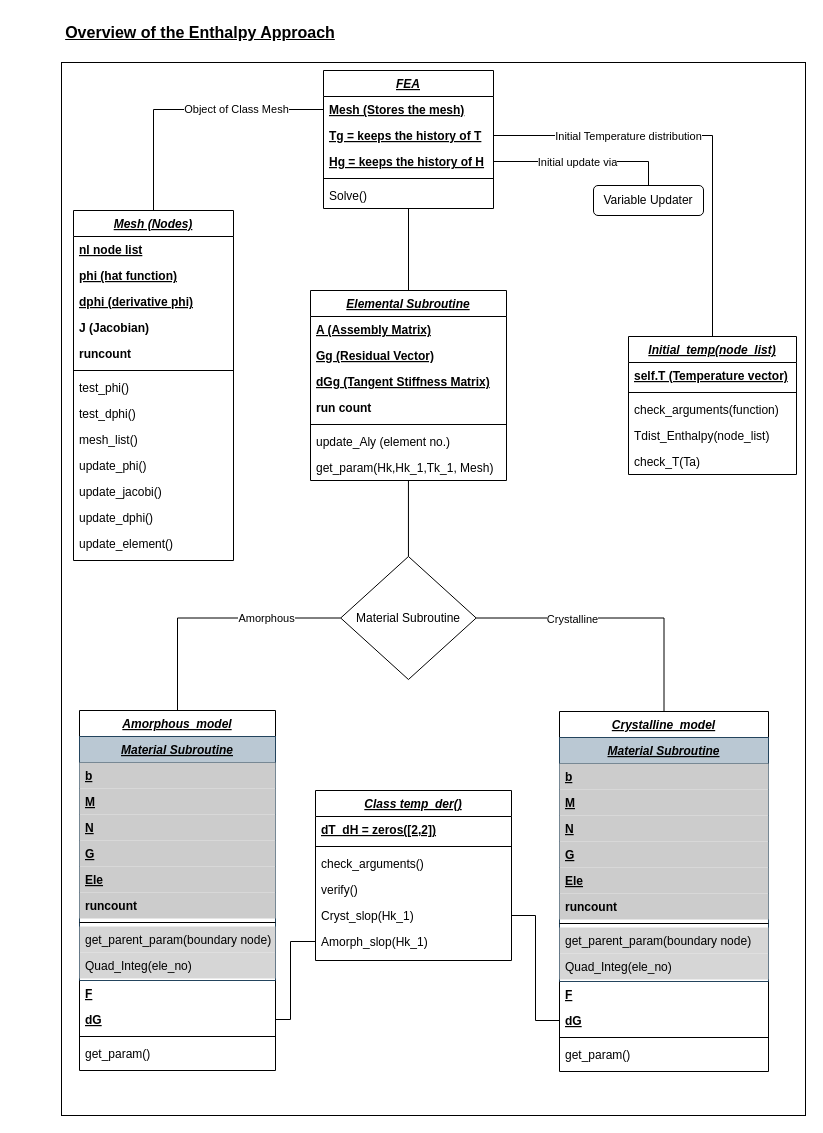
The draw.io diagram Over_View.drawio in okolekar/PPP, before the edit. Source tidied: cells renumbered, new cells numbered last; positions are measured from the earlier drawing's top-left corner, leaving out a move shared by most shapes. Both pictures are drawn from the tidied source at 100%, with x=0, y=0 at pixel (17, 17).
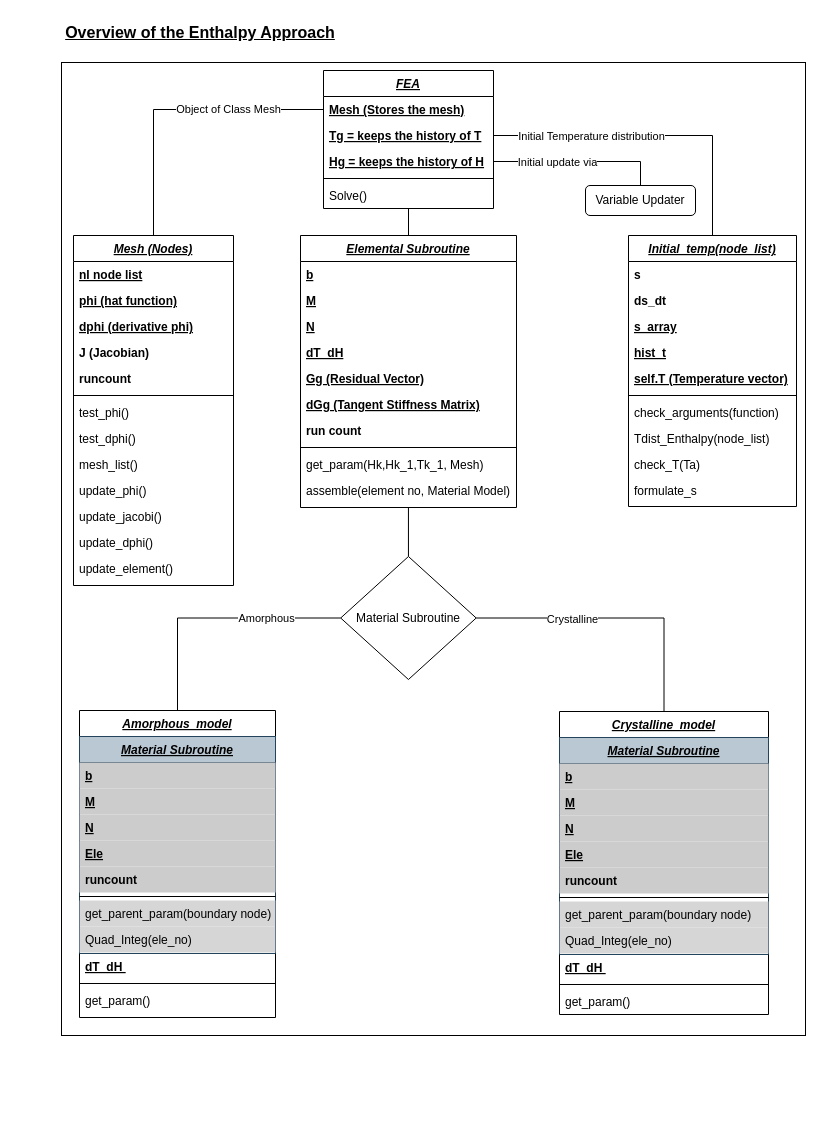
After the change.

Unchanged cells that the change refers to:
```xml
<mxCell id="48" style="edgeStyle=orthogonalEdgeStyle;rounded=0;jettySize=auto;html=1;entryX=0.5;entryY=0;entryDx=0;entryDy=0;endArrow=none;endFill=0;" parent="1" edge="1" source="52" target="56">
  <mxGeometry relative="1" as="geometry">
    <Array as="points">
      <mxPoint x="695" y="118" />
    </Array>
  </mxGeometry>
</mxCell>
<mxCell id="89" style="edgeStyle=orthogonalEdgeStyle;rounded=0;jettySize=auto;html=1;exitX=1;exitY=0.5;exitDx=0;exitDy=0;entryX=0.5;entryY=0;entryDx=0;entryDy=0;endArrow=none;endFill=0;" parent="1" edge="1" source="53" target="88">
  <mxGeometry relative="1" as="geometry" />
</mxCell>
```

Change to the diagram source:
```diff
@@
     <mxCell id="2" style="rounded=0;whiteSpace=wrap;html=1;" parent="1" vertex="1">
-      <mxGeometry x="44" y="45" width="744" height="1053" as="geometry" />
+      <mxGeometry x="44" y="45" width="744" height="973" as="geometry" />
     </mxCell>
@@
     <mxCell id="4" value="Amorphous_model" style="swimlane;fontStyle=7;align=center;verticalAlign=top;horizontal=1;startSize=26;rounded=0;shadow=0;strokeWidth=1;" parent="1" vertex="1">
-      <mxGeometry x="62" y="693" width="196" height="360" as="geometry" />
+      <mxGeometry x="62" y="693" width="196" height="307" as="geometry" />
     </mxCell>
     <mxCell id="5" value="Material Subroutine" style="swimlane;fontStyle=7;align=center;verticalAlign=top;horizontal=1;startSize=26;rounded=0;shadow=0;strokeWidth=1;fillColor=#bac8d3;strokeColor=#23445d;" parent="4" vertex="1">
-      <mxGeometry y="26" width="196" height="244" as="geometry" />
+      <mxGeometry y="26" width="196" height="217" as="geometry" />
     </mxCell>
@@
-    <mxCell id="9" value="G" style="text;align=left;verticalAlign=top;spacingLeft=4;spacingRight=4;overflow=hidden;fillColor=#CCCCCC;fontStyle=5;" parent="5" vertex="1">
-      <mxGeometry y="104" width="196" height="26" as="geometry" />
-    </mxCell>
     <mxCell id="10" value="Ele" style="text;align=left;verticalAlign=top;spacingLeft=4;spacingRight=4;overflow=hidden;fillColor=#CCCCCC;fontStyle=5;" parent="5" vertex="1">
-      <mxGeometry y="130" width="196" height="26" as="geometry" />
+      <mxGeometry y="104" width="196" height="26" as="geometry" />
     </mxCell>
     <mxCell id="11" value="runcount" style="text;align=left;verticalAlign=top;spacingLeft=4;spacingRight=4;overflow=hidden;fillColor=#CCCCCC;fontStyle=1;" parent="5" vertex="1">
-      <mxGeometry y="156" width="196" height="26" as="geometry" />
+      <mxGeometry y="130" width="196" height="26" as="geometry" />
     </mxCell>
     <mxCell id="12" style="line;html=1;strokeWidth=1;align=left;verticalAlign=middle;spacingTop=-1;spacingLeft=3;spacingRight=3;labelPosition=right;" parent="5" vertex="1">
-      <mxGeometry y="182" width="196" height="8" as="geometry" />
+      <mxGeometry y="156" width="196" height="8" as="geometry" />
     </mxCell>
     <mxCell id="13" value="get_parent_param(boundary node)" style="text;align=left;verticalAlign=top;spacingLeft=4;spacingRight=4;overflow=hidden;fillColor=#CCCCCCCC;" parent="5" vertex="1">
-      <mxGeometry y="190" width="196" height="26" as="geometry" />
+      <mxGeometry y="164" width="196" height="26" as="geometry" />
     </mxCell>
     <mxCell id="14" value="Quad_Integ(ele_no)" style="text;align=left;verticalAlign=top;spacingLeft=4;spacingRight=4;overflow=hidden;fillColor=#CCCCCCCC;" parent="5" vertex="1">
-      <mxGeometry y="216" width="196" height="26" as="geometry" />
+      <mxGeometry y="190" width="196" height="26" as="geometry" />
     </mxCell>
-    <mxCell id="15" value="F" style="text;align=left;verticalAlign=top;spacingLeft=4;spacingRight=4;overflow=hidden;fontStyle=5;" parent="4" vertex="1">
-      <mxGeometry y="270" width="196" height="26" as="geometry" />
+    <mxCell id="15" value="dT_dH " style="text;align=left;verticalAlign=top;spacingLeft=4;spacingRight=4;overflow=hidden;fontStyle=5;" parent="4" vertex="1">
+      <mxGeometry y="243" width="196" height="26" as="geometry" />
     </mxCell>
-    <mxCell id="16" value="dG" style="text;align=left;verticalAlign=top;spacingLeft=4;spacingRight=4;overflow=hidden;points=[[0,0.5],[1,0.5]];portConstraint=eastwest;rounded=0;shadow=0;html=0;fontStyle=5;" parent="4" vertex="1">
-      <mxGeometry y="296" width="196" height="26" as="geometry" />
-    </mxCell>
     <mxCell id="17" style="line;html=1;strokeWidth=1;align=left;verticalAlign=middle;spacingTop=-1;spacingLeft=3;spacingRight=3;labelPosition=right;" parent="4" vertex="1">
-      <mxGeometry y="322" width="196" height="8" as="geometry" />
+      <mxGeometry y="269" width="196" height="8" as="geometry" />
     </mxCell>
     <mxCell id="18" value="get_param()" style="text;align=left;verticalAlign=top;spacingLeft=4;spacingRight=4;overflow=hidden;rounded=0;shadow=0;html=0;" parent="4" vertex="1">
-      <mxGeometry y="330" width="196" height="26" as="geometry" />
+      <mxGeometry y="277" width="196" height="26" as="geometry" />
     </mxCell>
@@
     <mxCell id="20" value="Elemental Subroutine" style="swimlane;fontStyle=7;align=center;verticalAlign=top;horizontal=1;startSize=26;rounded=0;shadow=0;strokeWidth=1;" parent="1" vertex="1">
-      <mxGeometry x="293" y="273" width="196" height="190" as="geometry" />
+      <mxGeometry x="283" y="218" width="216" height="272" as="geometry" />
     </mxCell>
-    <mxCell id="21" value="A (Assembly Matrix)" style="text;align=left;verticalAlign=top;spacingLeft=4;spacingRight=4;overflow=hidden;fontStyle=5;" parent="20" vertex="1">
-      <mxGeometry y="26" width="196" height="26" as="geometry" />
-    </mxCell>
+    <mxCell id="91" value="b" style="text;align=left;verticalAlign=top;spacingLeft=4;spacingRight=4;overflow=hidden;rounded=0;shadow=0;html=0;fontStyle=5;" parent="20" vertex="1">
+      <mxGeometry y="26" width="216" height="26" as="geometry" />
+    </mxCell>
+    <mxCell id="92" value="M" style="text;align=left;verticalAlign=top;spacingLeft=4;spacingRight=4;overflow=hidden;rounded=0;shadow=0;html=0;fontStyle=5;" parent="20" vertex="1">
+      <mxGeometry y="52" width="216" height="26" as="geometry" />
+    </mxCell>
+    <mxCell id="93" value="N" style="text;align=left;verticalAlign=top;spacingLeft=4;spacingRight=4;overflow=hidden;rounded=0;shadow=0;html=0;fontStyle=5;" parent="20" vertex="1">
+      <mxGeometry y="78" width="216" height="26" as="geometry" />
+    </mxCell>
+    <mxCell id="94" value="dT_dH" style="text;align=left;verticalAlign=top;spacingLeft=4;spacingRight=4;overflow=hidden;rounded=0;shadow=0;html=0;fontStyle=5;" parent="20" vertex="1">
+      <mxGeometry y="104" width="216" height="26" as="geometry" />
+    </mxCell>
     <mxCell id="22" value="Gg (Residual Vector)" style="text;align=left;verticalAlign=top;spacingLeft=4;spacingRight=4;overflow=hidden;rounded=0;shadow=0;html=0;fontStyle=5;" parent="20" vertex="1">
-      <mxGeometry y="52" width="196" height="26" as="geometry" />
+      <mxGeometry y="130" width="216" height="26" as="geometry" />
     </mxCell>
     <mxCell id="23" value="dGg (Tangent Stiffness Matrix)" style="text;align=left;verticalAlign=top;spacingLeft=4;spacingRight=4;overflow=hidden;rounded=0;shadow=0;html=0;fontStyle=5;" parent="20" vertex="1">
-      <mxGeometry y="78" width="196" height="26" as="geometry" />
+      <mxGeometry y="156" width="216" height="26" as="geometry" />
     </mxCell>
     <mxCell id="24" value="run count " style="text;align=left;verticalAlign=top;spacingLeft=4;spacingRight=4;overflow=hidden;rounded=0;shadow=0;html=0;fontStyle=1;" parent="20" vertex="1">
-      <mxGeometry y="104" width="196" height="26" as="geometry" />
+      <mxGeometry y="182" width="216" height="26" as="geometry" />
     </mxCell>
     <mxCell id="25" style="line;html=1;strokeWidth=1;align=left;verticalAlign=middle;spacingTop=-1;spacingLeft=3;spacingRight=3;labelPosition=right;" parent="20" vertex="1">
-      <mxGeometry y="130" width="196" height="8" as="geometry" />
+      <mxGeometry y="208" width="216" height="8" as="geometry" />
     </mxCell>
+    <mxCell id="27" value="get_param(Hk,Hk_1,Tk_1, Mesh)" style="text;align=left;verticalAlign=top;spacingLeft=4;spacingRight=4;overflow=hidden;" parent="20" vertex="1">
+      <mxGeometry y="216" width="216" height="26" as="geometry" />
+    </mxCell>
-    <mxCell id="26" value="update_Aly (element no.)" style="text;align=left;verticalAlign=top;spacingLeft=4;spacingRight=4;overflow=hidden;" parent="20" vertex="1">
-      <mxGeometry y="138" width="196" height="26" as="geometry" />
+    <mxCell id="26" value="assemble(element no, Material Model)" style="text;align=left;verticalAlign=top;spacingLeft=4;spacingRight=4;overflow=hidden;" parent="20" vertex="1">
+      <mxGeometry y="242" width="216" height="26" as="geometry" />
     </mxCell>
-    <mxCell id="27" value="get_param(Hk,Hk_1,Tk_1, Mesh)" style="text;align=left;verticalAlign=top;spacingLeft=4;spacingRight=4;overflow=hidden;" parent="20" vertex="1">
-      <mxGeometry y="164" width="196" height="26" as="geometry" />
-    </mxCell>
     <mxCell id="28" value="Crystalline_model" style="swimlane;fontStyle=7;align=center;verticalAlign=top;horizontal=1;startSize=26;rounded=0;shadow=0;strokeWidth=1;" parent="1" vertex="1">
-      <mxGeometry x="542" y="694" width="209" height="360" as="geometry" />
+      <mxGeometry x="542" y="694" width="209" height="303" as="geometry" />
     </mxCell>
     <mxCell id="29" value="Material Subroutine" style="swimlane;fontStyle=7;align=center;verticalAlign=top;horizontal=1;startSize=26;rounded=0;shadow=0;strokeWidth=1;fillColor=#bac8d3;strokeColor=#23445d;" parent="28" vertex="1">
-      <mxGeometry y="26" width="209" height="244" as="geometry" />
+      <mxGeometry y="26" width="209" height="217" as="geometry" />
     </mxCell>
@@
-    <mxCell id="33" value="G" style="text;align=left;verticalAlign=top;spacingLeft=4;spacingRight=4;overflow=hidden;fillColor=#CCCCCC;fontStyle=5;" parent="29" vertex="1">
-      <mxGeometry y="104" width="209" height="26" as="geometry" />
-    </mxCell>
     <mxCell id="34" value="Ele" style="text;align=left;verticalAlign=top;spacingLeft=4;spacingRight=4;overflow=hidden;fillColor=#CCCCCC;fontStyle=5;" parent="29" vertex="1">
-      <mxGeometry y="130" width="209" height="26" as="geometry" />
+      <mxGeometry y="104" width="209" height="26" as="geometry" />
     </mxCell>
     <mxCell id="35" value="runcount" style="text;align=left;verticalAlign=top;spacingLeft=4;spacingRight=4;overflow=hidden;fillColor=#CCCCCC;fontStyle=1;" parent="29" vertex="1">
-      <mxGeometry y="156" width="209" height="26" as="geometry" />
+      <mxGeometry y="130" width="209" height="26" as="geometry" />
     </mxCell>
     <mxCell id="36" style="line;html=1;strokeWidth=1;align=left;verticalAlign=middle;spacingTop=-1;spacingLeft=3;spacingRight=3;labelPosition=right;" parent="29" vertex="1">
-      <mxGeometry y="182" width="209" height="8" as="geometry" />
+      <mxGeometry y="156" width="209" height="8" as="geometry" />
     </mxCell>
     <mxCell id="37" value="get_parent_param(boundary node)" style="text;align=left;verticalAlign=top;spacingLeft=4;spacingRight=4;overflow=hidden;fillColor=#CCCCCCCC;" parent="29" vertex="1">
-      <mxGeometry y="190" width="209" height="26" as="geometry" />
+      <mxGeometry y="164" width="209" height="26" as="geometry" />
     </mxCell>
     <mxCell id="38" value="Quad_Integ(ele_no)" style="text;align=left;verticalAlign=top;spacingLeft=4;spacingRight=4;overflow=hidden;fillColor=#CCCCCCCC;" parent="29" vertex="1">
-      <mxGeometry y="216" width="209" height="26" as="geometry" />
+      <mxGeometry y="190" width="209" height="26" as="geometry" />
     </mxCell>
-    <mxCell id="39" value="F" style="text;align=left;verticalAlign=top;spacingLeft=4;spacingRight=4;overflow=hidden;fontStyle=5;" parent="28" vertex="1">
-      <mxGeometry y="270" width="209" height="26" as="geometry" />
-    </mxCell>
-    <mxCell id="40" value="dG" style="text;align=left;verticalAlign=top;spacingLeft=4;spacingRight=4;overflow=hidden;points=[[0,0.5],[1,0.5]];portConstraint=eastwest;rounded=0;shadow=0;html=0;fontStyle=5;" parent="28" vertex="1">
-      <mxGeometry y="296" width="209" height="26" as="geometry" />
+    <mxCell id="40" value="dT_dH " style="text;align=left;verticalAlign=top;spacingLeft=4;spacingRight=4;overflow=hidden;points=[[0,0.5],[1,0.5]];portConstraint=eastwest;rounded=0;shadow=0;html=0;fontStyle=5;" parent="28" vertex="1">
+      <mxGeometry y="243" width="209" height="26" as="geometry" />
     </mxCell>
     <mxCell id="41" style="line;html=1;strokeWidth=1;align=left;verticalAlign=middle;spacingTop=-1;spacingLeft=3;spacingRight=3;labelPosition=right;" parent="28" vertex="1">
-      <mxGeometry y="322" width="209" height="8" as="geometry" />
+      <mxGeometry y="269" width="209" height="8" as="geometry" />
     </mxCell>
     <mxCell id="42" value="get_param()" style="text;align=left;verticalAlign=top;spacingLeft=4;spacingRight=4;overflow=hidden;rounded=0;shadow=0;html=0;" parent="28" vertex="1">
-      <mxGeometry y="330" width="209" height="26" as="geometry" />
+      <mxGeometry y="277" width="209" height="26" as="geometry" />
     </mxCell>
@@
     <mxCell id="49" value="Initial Temperature distribution" style="edgeLabel;html=1;align=center;verticalAlign=middle;" parent="48" vertex="1">
       <mxGeometry x="-0.62" y="1" relative="1" as="geometry">
-        <mxPoint x="54" y="1" as="offset" />
+        <mxPoint x="36" y="1" as="offset" />
       </mxGeometry>
     </mxCell>
@@
     <mxCell id="56" value="Initial_temp(node_list)" style="swimlane;fontStyle=7;align=center;verticalAlign=top;horizontal=1;startSize=26;rounded=0;shadow=0;strokeWidth=1;" parent="1" vertex="1">
-      <mxGeometry x="611" y="319" width="168" height="138" as="geometry" />
+      <mxGeometry x="611" y="218" width="168" height="271" as="geometry" />
     </mxCell>
+    <mxCell id="95" value="s" style="text;align=left;verticalAlign=top;spacingLeft=4;spacingRight=4;overflow=hidden;fontStyle=1;" parent="56" vertex="1">
+      <mxGeometry y="26" width="168" height="26" as="geometry" />
+    </mxCell>
+    <mxCell id="96" value="ds_dt" style="text;align=left;verticalAlign=top;spacingLeft=4;spacingRight=4;overflow=hidden;fontStyle=1;" parent="56" vertex="1">
+      <mxGeometry y="52" width="168" height="26" as="geometry" />
+    </mxCell>
+    <mxCell id="97" value="s_array" style="text;align=left;verticalAlign=top;spacingLeft=4;spacingRight=4;overflow=hidden;fontStyle=5;" parent="56" vertex="1">
+      <mxGeometry y="78" width="168" height="26" as="geometry" />
+    </mxCell>
+    <mxCell id="98" value="hist_t" style="text;align=left;verticalAlign=top;spacingLeft=4;spacingRight=4;overflow=hidden;fontStyle=5;" parent="56" vertex="1">
+      <mxGeometry y="104" width="168" height="26" as="geometry" />
+    </mxCell>
     <mxCell id="57" value="self.T (Temperature vector)" style="text;align=left;verticalAlign=top;spacingLeft=4;spacingRight=4;overflow=hidden;fontStyle=5;" parent="56" vertex="1">
-      <mxGeometry y="26" width="168" height="26" as="geometry" />
+      <mxGeometry y="130" width="168" height="26" as="geometry" />
     </mxCell>
     <mxCell id="58" style="line;html=1;strokeWidth=1;align=left;verticalAlign=middle;spacingTop=-1;spacingLeft=3;spacingRight=3;labelPosition=right;" parent="56" vertex="1">
-      <mxGeometry y="52" width="168" height="8" as="geometry" />
+      <mxGeometry y="156" width="168" height="8" as="geometry" />
     </mxCell>
     <mxCell id="59" value="check_arguments(function)" style="text;align=left;verticalAlign=top;spacingLeft=4;spacingRight=4;overflow=hidden;rounded=0;shadow=0;html=0;" parent="56" vertex="1">
-      <mxGeometry y="60" width="168" height="26" as="geometry" />
+      <mxGeometry y="164" width="168" height="26" as="geometry" />
     </mxCell>
     <mxCell id="60" value="Tdist_Enthalpy(node_list)" style="text;align=left;verticalAlign=top;spacingLeft=4;spacingRight=4;overflow=hidden;rounded=0;shadow=0;html=0;" parent="56" vertex="1">
-      <mxGeometry y="86" width="168" height="26" as="geometry" />
+      <mxGeometry y="190" width="168" height="26" as="geometry" />
     </mxCell>
     <mxCell id="61" value="check_T(Ta)" style="text;align=left;verticalAlign=top;spacingLeft=4;spacingRight=4;overflow=hidden;" parent="56" vertex="1">
-      <mxGeometry y="112" width="168" height="26" as="geometry" />
+      <mxGeometry y="216" width="168" height="26" as="geometry" />
     </mxCell>
-    <mxCell id="62" value="Class temp_der()" style="swimlane;fontStyle=7;align=center;verticalAlign=top;horizontal=1;startSize=26;rounded=0;shadow=0;strokeWidth=1;" parent="1" vertex="1">
-      <mxGeometry x="298" y="773" width="196" height="170" as="geometry" />
-    </mxCell>
-    <mxCell id="63" value="dT_dH = zeros([2,2])" style="text;align=left;verticalAlign=top;spacingLeft=4;spacingRight=4;overflow=hidden;fontStyle=5;" parent="62" vertex="1">
-      <mxGeometry y="26" width="196" height="26" as="geometry" />
-    </mxCell>
-    <mxCell id="64" style="line;html=1;strokeWidth=1;align=left;verticalAlign=middle;spacingTop=-1;spacingLeft=3;spacingRight=3;labelPosition=right;" parent="62" vertex="1">
-      <mxGeometry y="52" width="196" height="8" as="geometry" />
-    </mxCell>
-    <mxCell id="65" value="check_arguments()" style="text;align=left;verticalAlign=top;spacingLeft=4;spacingRight=4;overflow=hidden;" parent="62" vertex="1">
-      <mxGeometry y="60" width="196" height="26" as="geometry" />
-    </mxCell>
-    <mxCell id="66" value="verify()" style="text;align=left;verticalAlign=top;spacingLeft=4;spacingRight=4;overflow=hidden;" parent="62" vertex="1">
-      <mxGeometry y="86" width="196" height="26" as="geometry" />
-    </mxCell>
-    <mxCell id="67" value="Cryst_slop(Hk_1)" style="text;align=left;verticalAlign=top;spacingLeft=4;spacingRight=4;overflow=hidden;points=[[0,0.5],[1,0.5]];portConstraint=eastwest;rounded=0;shadow=0;html=0;strokeColor=none;" parent="62" vertex="1">
-      <mxGeometry y="112" width="196" height="26" as="geometry" />
-    </mxCell>
-    <mxCell id="68" value="Amorph_slop(Hk_1)" style="text;align=left;verticalAlign=top;spacingLeft=4;spacingRight=4;overflow=hidden;points=[[0,0.5],[1,0.5]];portConstraint=eastwest;rounded=0;shadow=0;html=0;" parent="62" vertex="1">
-      <mxGeometry y="138" width="196" height="26" as="geometry" />
-    </mxCell>
-    <mxCell id="69" style="edgeStyle=orthogonalEdgeStyle;rounded=0;jettySize=auto;html=1;entryX=0;entryY=0.5;entryDx=0;entryDy=0;endArrow=none;endFill=0;" parent="1" edge="1" source="16" target="68">
-      <mxGeometry relative="1" as="geometry">
-        <Array as="points">
-          <mxPoint x="273" y="1002" />
-          <mxPoint x="273" y="924" />
-        </Array>
-      </mxGeometry>
-    </mxCell>
-    <mxCell id="70" style="edgeStyle=orthogonalEdgeStyle;rounded=0;jettySize=auto;html=1;exitX=0;exitY=0.5;exitDx=0;exitDy=0;entryX=1;entryY=0.5;entryDx=0;entryDy=0;endArrow=none;endFill=0;" parent="1" edge="1" source="40" target="67">
-      <mxGeometry relative="1" as="geometry">
-        <Array as="points">
-          <mxPoint x="518" y="1003" />
-          <mxPoint x="518" y="898" />
-        </Array>
-      </mxGeometry>
-    </mxCell>
+    <mxCell id="99" value="formulate_s" style="text;align=left;verticalAlign=top;spacingLeft=4;spacingRight=4;overflow=hidden;" parent="56" vertex="1">
+      <mxGeometry y="242" width="168" height="26" as="geometry" />
+    </mxCell>
@@
     <mxCell id="72" value="Mesh (Nodes)" style="swimlane;fontStyle=7;align=center;verticalAlign=top;horizontal=1;startSize=26;rounded=0;shadow=0;strokeWidth=1;" parent="1" vertex="1">
-      <mxGeometry x="56" y="193" width="160" height="350" as="geometry" />
+      <mxGeometry x="56" y="218" width="160" height="350" as="geometry" />
     </mxCell>
@@
     <mxCell id="88" value="Variable Updater" style="rounded=1;whiteSpace=wrap;html=1;" parent="1" vertex="1">
-      <mxGeometry x="576" y="168" width="110" height="30" as="geometry" />
+      <mxGeometry x="568" y="168" width="110" height="30" as="geometry" />
     </mxCell>
@@
     <mxCell id="90" value="Initial update via" style="edgeLabel;html=1;align=center;verticalAlign=middle;" parent="89" vertex="1">
       <mxGeometry x="-0.43" y="-3" relative="1" as="geometry">
-        <mxPoint x="32" y="-3" as="offset" />
+        <mxPoint x="14" y="-3" as="offset" />
       </mxGeometry>
     </mxCell>
```
